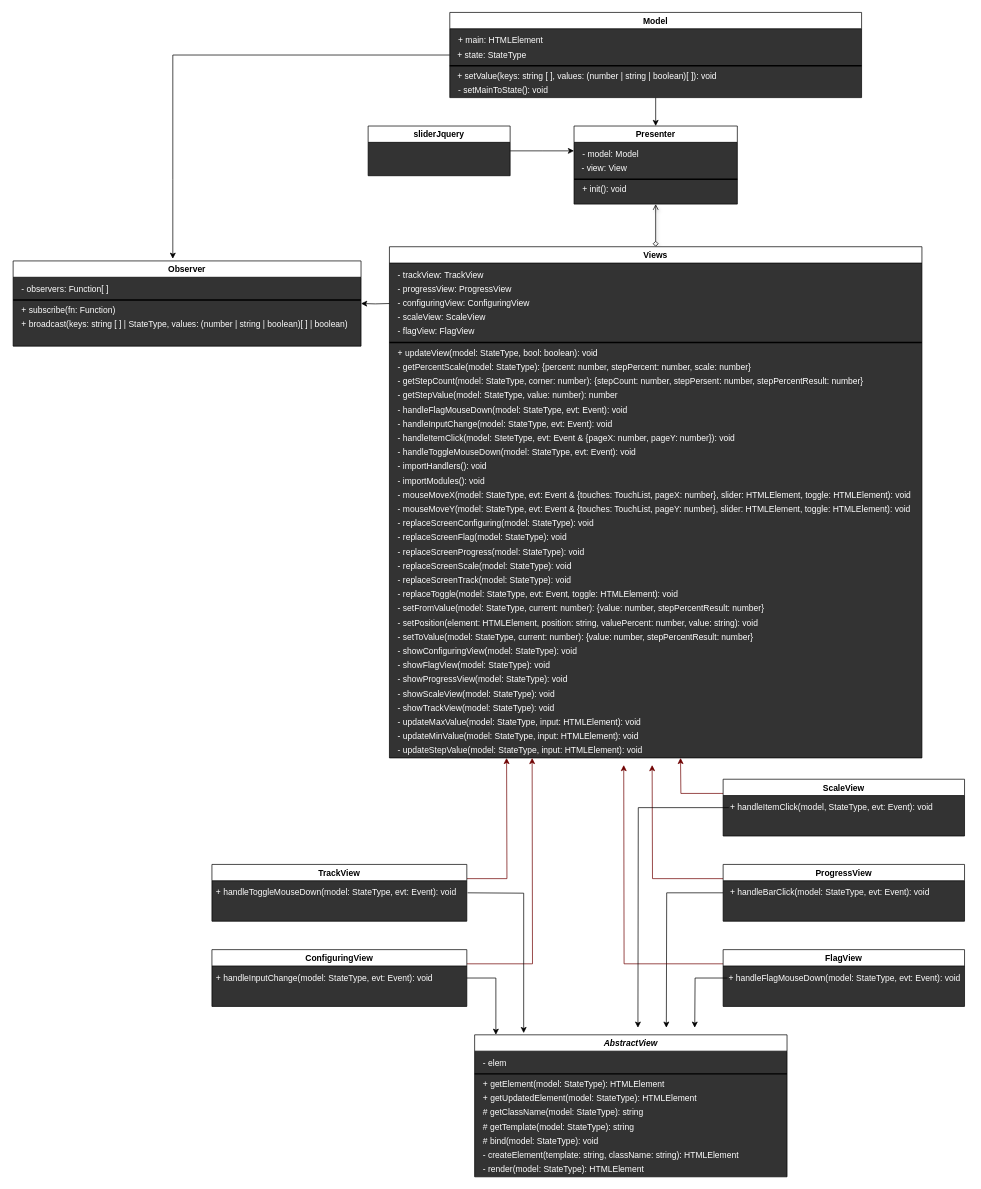
Before: UML.drawio in webproject67/Slider, a draw.io diagram. Source tidied: cells renumbered, new cells numbered last; positions are measured from the earlier drawing's top-left corner, leaving out a move shared by most shapes. Both pictures are drawn from the tidied source at 71%, with x=0, y=0 at pixel (13, 12).
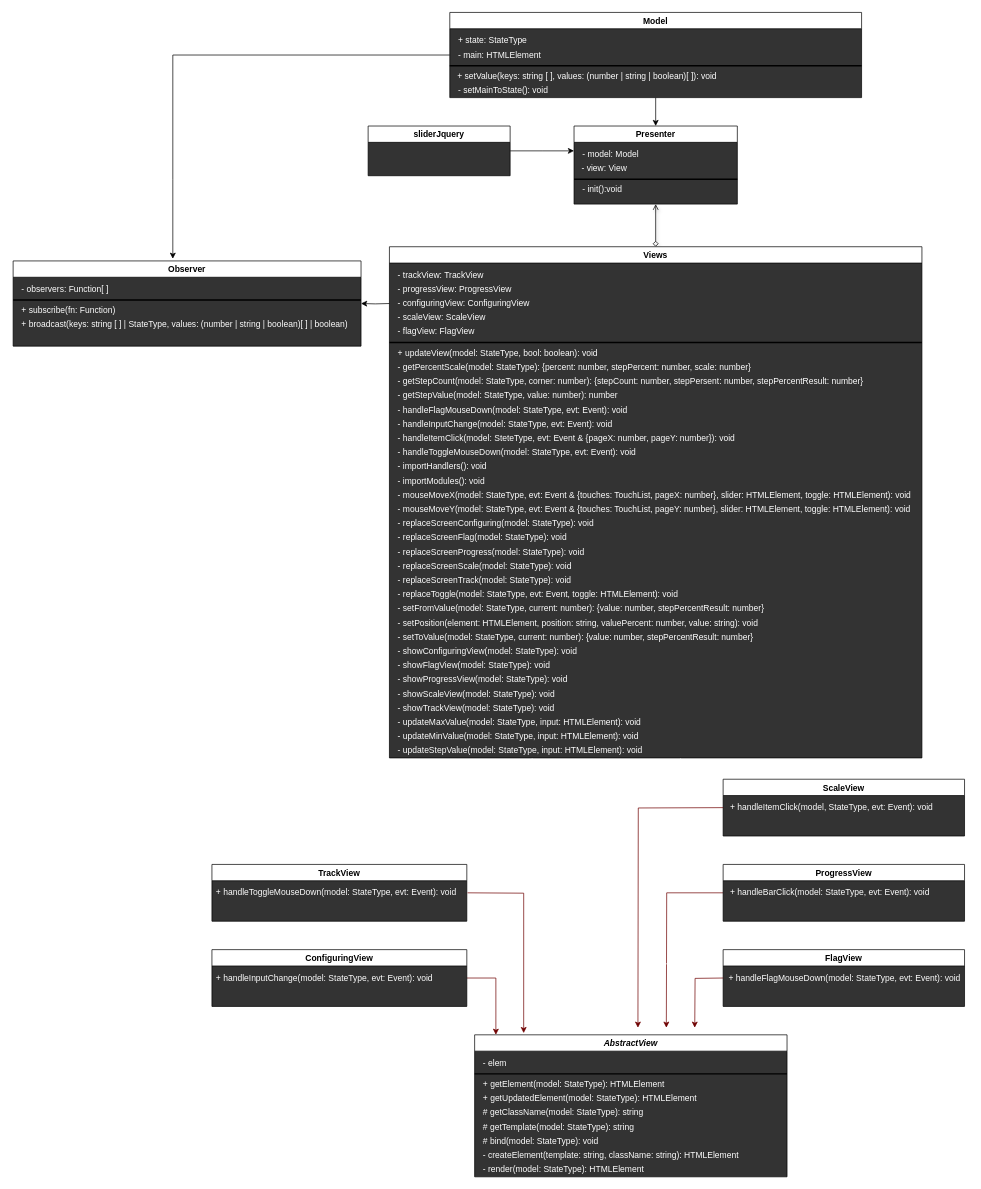
The same diagram, later.

The change refers to these unchanged cells:
```xml
<mxCell id="3" value="Presenter" style="swimlane;startSize=23;swimlaneFillColor=#333333;" parent="1" vertex="1">
  <mxGeometry x="790" y="160" width="230" height="110" as="geometry" />
</mxCell>
<mxCell id="8" value="AbstractView" style="swimlane;fontStyle=3;swimlaneFillColor=#333333;" parent="1" vertex="1">
  <mxGeometry x="650" y="1440" width="440" height="200" as="geometry" />
</mxCell>
<mxCell id="19" value="TrackView" style="swimlane;swimlaneFillColor=#333333;" parent="1" vertex="1">
  <mxGeometry x="280" y="1200" width="359" height="80" as="geometry" />
</mxCell>
<mxCell id="60" value="ConfiguringView" style="swimlane;swimlaneFillColor=#333333;" parent="1" vertex="1">
  <mxGeometry x="280" y="1320" width="359" height="80" as="geometry" />
</mxCell>
<mxCell id="65" value="ProgressView" style="swimlane;swimlaneFillColor=#333333;startSize=23;" parent="1" vertex="1">
  <mxGeometry x="1000" y="1200" width="340" height="80" as="geometry" />
</mxCell>
<mxCell id="70" value="FlagView" style="swimlane;swimlaneFillColor=#333333;" parent="1" vertex="1">
  <mxGeometry x="1000" y="1320" width="340" height="80" as="geometry" />
</mxCell>
<mxCell id="72" value="&lt;div style=&quot;line-height: 19px&quot;&gt;&lt;font style=&quot;font-size: 12px&quot; color=&quot;#ffffff&quot;&gt;+ handleFlagMouseDown(model: StateType, evt: Event): void&lt;/font&gt;&lt;/div&gt;" style="text;html=1;align=left;verticalAlign=middle;points=[];" parent="70" vertex="1">
  <mxGeometry x="6" y="30" width="340" height="20" as="geometry" />
</mxCell>
<mxCell id="76" value="ScaleView" style="swimlane;swimlaneFillColor=#333333;startSize=23;" parent="1" vertex="1">
  <mxGeometry x="1000" y="1080" width="340" height="80" as="geometry" />
</mxCell>
<mxCell id="79" value="&lt;div style=&quot;line-height: 19px&quot;&gt;&lt;font style=&quot;font-size: 12px&quot; color=&quot;#ffffff&quot;&gt;+ handleItemClick(model, StateType, evt: Event): void&lt;/font&gt;&lt;/div&gt;" style="text;html=1;align=left;verticalAlign=middle;points=[];" parent="76" vertex="1">
  <mxGeometry x="8" y="30" width="300" height="20" as="geometry" />
</mxCell>
<mxCell id="89" value="Model" style="swimlane;startSize=23;swimlaneFillColor=#333333;" parent="1" vertex="1">
  <mxGeometry x="615" width="580" height="120" as="geometry" />
</mxCell>
```

Diff of the diagram source:
```diff
@@
-    <mxCell id="5" value="&lt;div style=&quot;line-height: 19px&quot;&gt;&lt;font style=&quot;font-size: 12px&quot; color=&quot;#ffffff&quot;&gt;+ init(): void&lt;/font&gt;&lt;/div&gt;" style="text;html=1;align=left;verticalAlign=middle;" parent="3" vertex="1">
-      <mxGeometry x="10" y="80" width="80" height="20" as="geometry" />
+    <mxCell id="5" value="&lt;div style=&quot;line-height: 19px&quot;&gt;&lt;font style=&quot;font-size: 12px&quot; color=&quot;#ffffff&quot;&gt;- init():void&lt;/font&gt;&lt;/div&gt;" style="text;html=1;align=left;verticalAlign=middle;" parent="3" vertex="1">
+      <mxGeometry x="10" y="80" width="70" height="20" as="geometry" />
     </mxCell>
@@
-    <mxCell id="18" style="edgeStyle=orthogonalEdgeStyle;rounded=0;jettySize=auto;html=1;exitX=1;exitY=0.25;exitDx=0;exitDy=0;fillColor=#a20025;strokeColor=#6F0000;" parent="1" edge="1" source="19">
+    <mxCell id="18" style="edgeStyle=orthogonalEdgeStyle;rounded=0;jettySize=auto;html=1;exitX=1;exitY=0.25;exitDx=0;exitDy=0;fillColor=#a20025;strokeColor=#FFFFFF;" parent="1" edge="1" source="19">
       <mxGeometry relative="1" as="geometry">
         <mxPoint x="695" y="1050" as="targetPoint" />
       </mxGeometry>
     </mxCell>
@@
-    <mxCell id="58" style="edgeStyle=orthogonalEdgeStyle;rounded=0;jettySize=auto;html=1;exitX=1;exitY=0.5;exitDx=0;exitDy=0;entryX=0.068;entryY=0;entryDx=0;entryDy=0;entryPerimeter=0;" parent="1" edge="1" source="60" target="8">
+    <mxCell id="58" style="edgeStyle=orthogonalEdgeStyle;rounded=0;jettySize=auto;html=1;exitX=1;exitY=0.5;exitDx=0;exitDy=0;entryX=0.068;entryY=0;entryDx=0;entryDy=0;entryPerimeter=0;fillColor=#a20025;strokeColor=#6F0000;" parent="1" edge="1" source="60" target="8">
       <mxGeometry relative="1" as="geometry" />
     </mxCell>
-    <mxCell id="59" style="edgeStyle=orthogonalEdgeStyle;rounded=0;jettySize=auto;html=1;exitX=1;exitY=0.25;exitDx=0;exitDy=0;fillColor=#a20025;strokeColor=#6F0000;" parent="1" edge="1" source="60">
+    <mxCell id="59" style="edgeStyle=orthogonalEdgeStyle;rounded=0;jettySize=auto;html=1;exitX=1;exitY=0.25;exitDx=0;exitDy=0;fillColor=#a20025;strokeColor=#FFFFFF;" parent="1" edge="1" source="60">
       <mxGeometry relative="1" as="geometry">
         <mxPoint x="731" y="1050" as="targetPoint" />
       </mxGeometry>
     </mxCell>
@@
-    <mxCell id="63" style="edgeStyle=orthogonalEdgeStyle;rounded=0;jettySize=auto;html=1;exitX=0;exitY=0.5;exitDx=0;exitDy=0;" parent="1" edge="1" source="65">
+    <mxCell id="63" style="edgeStyle=orthogonalEdgeStyle;rounded=0;jettySize=auto;html=1;exitX=0;exitY=0.5;exitDx=0;exitDy=0;fillColor=#a20025;strokeColor=#6F0000;" parent="1" edge="1" source="65">
       <mxGeometry relative="1" as="geometry">
         <mxPoint x="920" y="1430" as="targetPoint" />
       </mxGeometry>
     </mxCell>
-    <mxCell id="64" style="edgeStyle=orthogonalEdgeStyle;rounded=0;jettySize=auto;html=1;exitX=0;exitY=0.25;exitDx=0;exitDy=0;fillColor=#a20025;strokeColor=#6F0000;" parent="1" edge="1" source="65">
+    <mxCell id="64" style="edgeStyle=orthogonalEdgeStyle;rounded=0;jettySize=auto;html=1;exitX=0;exitY=0.25;exitDx=0;exitDy=0;fillColor=#a20025;strokeColor=#FFFFFF;" parent="1" edge="1" source="65">
       <mxGeometry relative="1" as="geometry">
         <mxPoint x="900" y="1060" as="targetPoint" />
       </mxGeometry>
     </mxCell>
@@
-    <mxCell id="69" style="edgeStyle=orthogonalEdgeStyle;rounded=0;jettySize=auto;html=1;exitX=0;exitY=0.25;exitDx=0;exitDy=0;fillColor=#a20025;strokeColor=#6F0000;" parent="1" edge="1" source="70">
+    <mxCell id="69" style="edgeStyle=orthogonalEdgeStyle;rounded=0;jettySize=auto;html=1;exitX=0;exitY=0.25;exitDx=0;exitDy=0;fillColor=#a20025;strokeColor=#FFFFFF;" parent="1" edge="1" source="70">
       <mxGeometry relative="1" as="geometry">
         <mxPoint x="860" y="1060" as="targetPoint" />
       </mxGeometry>
     </mxCell>
@@
-    <mxCell id="75" style="edgeStyle=orthogonalEdgeStyle;rounded=0;jettySize=auto;html=1;exitX=0;exitY=0.25;exitDx=0;exitDy=0;fillColor=#a20025;strokeColor=#6F0000;" parent="1" edge="1" source="76">
+    <mxCell id="75" style="edgeStyle=orthogonalEdgeStyle;rounded=0;jettySize=auto;html=1;exitX=0;exitY=0.25;exitDx=0;exitDy=0;fillColor=#e1d5e7;strokeColor=#FFFFFF;" parent="1" edge="1" source="76">
       <mxGeometry relative="1" as="geometry">
         <mxPoint x="940" y="1050" as="targetPoint" />
       </mxGeometry>
     </mxCell>
@@
-    <mxCell id="80" style="edgeStyle=orthogonalEdgeStyle;rounded=0;jettySize=auto;html=1;entryX=0.157;entryY=-0.012;entryDx=0;entryDy=0;entryPerimeter=0;" parent="1" edge="1" target="8">
+    <mxCell id="80" style="edgeStyle=orthogonalEdgeStyle;rounded=0;jettySize=auto;html=1;entryX=0.157;entryY=-0.012;entryDx=0;entryDy=0;entryPerimeter=0;fillColor=#a20025;strokeColor=#6F0000;" parent="1" edge="1" target="8">
       <mxGeometry relative="1" as="geometry">
         <mxPoint x="640" y="1240" as="sourcePoint" />
       </mxGeometry>
     </mxCell>
@@
     <mxCell id="92" value="&lt;font color=&quot;#ffffff&quot;&gt;+ state: StateType&lt;/font&gt;" style="text;html=1;align=left;verticalAlign=middle;" parent="89" vertex="1">
-      <mxGeometry x="9" y="50" width="110" height="20" as="geometry" />
+      <mxGeometry x="10" y="30" width="110" height="20" as="geometry" />
     </mxCell>
-    <mxCell id="93" value="&lt;font color=&quot;#ffffff&quot;&gt;+ main: HTMLElement&lt;/font&gt;" style="text;html=1;align=left;verticalAlign=middle;" parent="89" vertex="1">
-      <mxGeometry x="10" y="30" width="140" height="20" as="geometry" />
+    <mxCell id="93" value="&lt;font color=&quot;#ffffff&quot;&gt;- main: HTMLElement&lt;/font&gt;" style="text;html=1;align=left;verticalAlign=middle;" parent="89" vertex="1">
+      <mxGeometry x="10" y="50" width="130" height="20" as="geometry" />
     </mxCell>
@@
-    <mxCell id="95" style="edgeStyle=orthogonalEdgeStyle;rounded=0;jettySize=auto;html=1;" parent="1" edge="1" source="72">
+    <mxCell id="95" style="edgeStyle=orthogonalEdgeStyle;rounded=0;orthogonalLoop=1;jettySize=auto;html=1;fillColor=#a20025;strokeColor=#6F0000;" parent="1" edge="1">
       <mxGeometry relative="1" as="geometry">
+        <mxPoint x="1000" y="1360" as="sourcePoint" />
         <mxPoint x="960" y="1430" as="targetPoint" />
       </mxGeometry>
     </mxCell>
-    <mxCell id="96" style="edgeStyle=orthogonalEdgeStyle;rounded=0;jettySize=auto;html=1;" parent="1" edge="1" source="79">
+    <mxCell id="96" style="edgeStyle=orthogonalEdgeStyle;rounded=0;orthogonalLoop=1;jettySize=auto;html=1;fillColor=#a20025;strokeColor=#6F0000;" parent="1" edge="1">
       <mxGeometry relative="1" as="geometry">
+        <mxPoint x="1000" y="1120" as="sourcePoint" />
         <mxPoint x="880" y="1430" as="targetPoint" />
       </mxGeometry>
     </mxCell>
```
